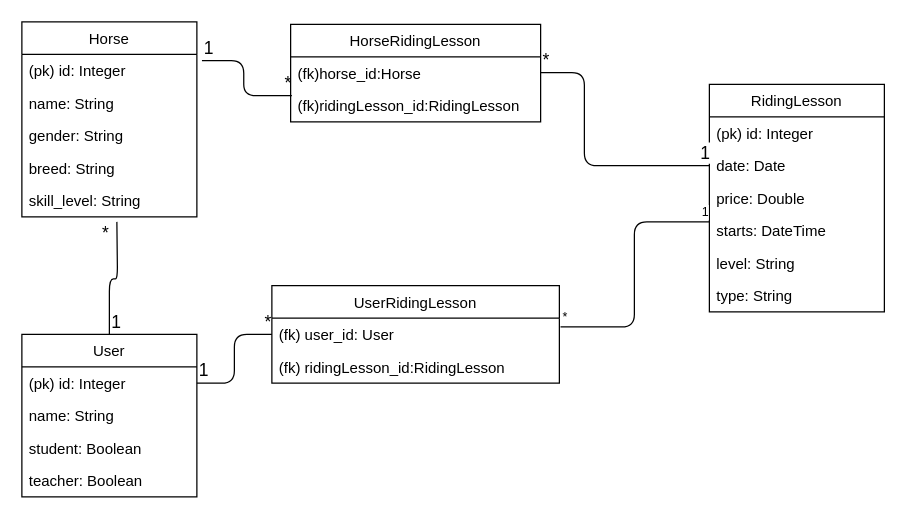
millakortelainen/horseApp keeps this draw.io diagram as documentation/pics/horseApp.drawio. Above is the earlier version. Source tidied: cells renumbered, new cells numbered last; positions are measured from the earlier drawing's top-left corner, leaving out a move shared by most shapes. Both pictures are drawn from the tidied source at 125%, with x=0, y=0 at pixel (21, 21).
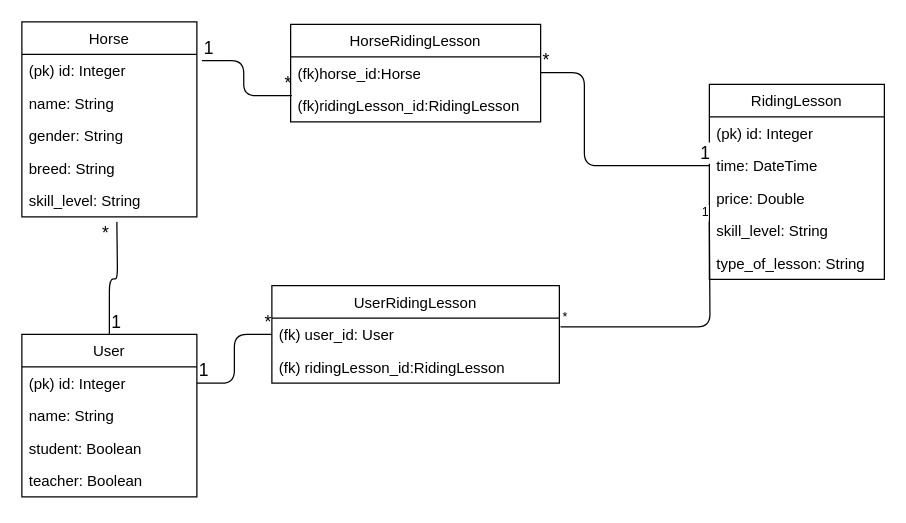
The same diagram, later.

The change refers to these unchanged cells:
```xml
<mxCell id="27" value="(fk) user_id: User" style="text;strokeColor=none;fillColor=none;align=left;verticalAlign=top;spacingLeft=4;spacingRight=4;overflow=hidden;points=[[0,0.5],[1,0.5]];portConstraint=eastwest;" parent="26" vertex="1">
  <mxGeometry y="26" width="230" height="26" as="geometry" />
</mxCell>
```

What changed in the source:
```diff
@@
     <mxCell id="13" value="RidingLesson" style="swimlane;fontStyle=0;horizontal=1;startSize=26;fillColor=none;" parent="1" vertex="1">
-      <mxGeometry x="550" y="50" width="140" height="182" as="geometry" />
+      <mxGeometry x="550" y="50" width="140" height="156" as="geometry" />
     </mxCell>
@@
-    <mxCell id="15" value="date: Date" style="text;strokeColor=none;fillColor=none;align=left;verticalAlign=top;spacingLeft=4;spacingRight=4;overflow=hidden;points=[[0,0.5],[1,0.5]];portConstraint=eastwest;" parent="13" vertex="1">
+    <mxCell id="15" value="time: DateTime" style="text;strokeColor=none;fillColor=none;align=left;verticalAlign=top;spacingLeft=4;spacingRight=4;overflow=hidden;points=[[0,0.5],[1,0.5]];portConstraint=eastwest;" parent="13" vertex="1">
       <mxGeometry y="52" width="140" height="26" as="geometry" />
     </mxCell>
@@
-    <mxCell id="17" value="starts: DateTime" style="text;strokeColor=none;fillColor=none;align=left;verticalAlign=top;spacingLeft=4;spacingRight=4;overflow=hidden;points=[[0,0.5],[1,0.5]];portConstraint=eastwest;" parent="13" vertex="1">
-      <mxGeometry y="104" width="140" height="26" as="geometry" />
-    </mxCell>
-    <mxCell id="18" value="level: String" style="text;strokeColor=none;fillColor=none;align=left;verticalAlign=top;spacingLeft=4;spacingRight=4;overflow=hidden;" parent="13" vertex="1">
-      <mxGeometry y="130" width="140" height="26" as="geometry" />
+    <mxCell id="18" value="skill_level: String" style="text;strokeColor=none;fillColor=none;align=left;verticalAlign=top;spacingLeft=4;spacingRight=4;overflow=hidden;" parent="13" vertex="1">
+      <mxGeometry y="104" width="140" height="26" as="geometry" />
     </mxCell>
-    <mxCell id="19" value="type: String" style="text;strokeColor=none;fillColor=none;align=left;verticalAlign=top;spacingLeft=4;spacingRight=4;overflow=hidden;" parent="13" vertex="1">
-      <mxGeometry y="156" width="140" height="26" as="geometry" />
+    <mxCell id="19" value="type_of_lesson: String" style="text;strokeColor=none;fillColor=none;align=left;verticalAlign=top;spacingLeft=4;spacingRight=4;overflow=hidden;" parent="13" vertex="1">
+      <mxGeometry y="130" width="140" height="26" as="geometry" />
     </mxCell>
@@
-    <mxCell id="35" style="endArrow=none;html=1;edgeStyle=orthogonalEdgeStyle;entryX=0;entryY=0.231;entryDx=0;entryDy=0;entryPerimeter=0;exitX=1.004;exitY=0.269;exitDx=0;exitDy=0;exitPerimeter=0;" parent="1" edge="1" source="27" target="17">
-      <mxGeometry relative="1" as="geometry" />
+    <mxCell id="35" style="endArrow=none;html=1;edgeStyle=orthogonalEdgeStyle;entryX=0;entryY=0.231;entryDx=0;entryDy=0;entryPerimeter=0;exitX=1.004;exitY=0.269;exitDx=0;exitDy=0;exitPerimeter=0;" parent="1" edge="1" source="27">
+      <mxGeometry relative="1" as="geometry">
+        <mxPoint x="550" y="160" as="targetPoint" />
+      </mxGeometry>
     </mxCell>
```
